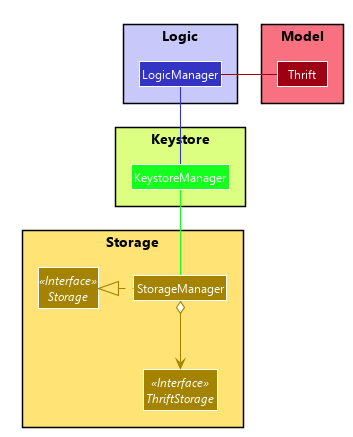
Above: docs/images/encryption/EncryptionClassDiagram.png in AY1920S1-CS2103T-W12-2/main (PlantUML), before the change.
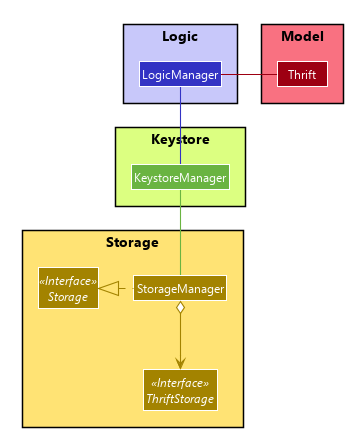
Later version of the same file.

The edit, as a diff of the source:
```diff
@@ -68,13 +68,13 @@
 }
 
 package Keystore #DCFF81 {
-    Class KeystoreManager #14FF1E
+    Class KeystoreManager #6AB441
 }
 
 StorageManager .left.|> Storage
 StorageManager o--> ThriftStorage
 LogicManager -[#3333C4]- KeystoreManager
-KeystoreManager -[#14FF1E]- StorageManager
+KeystoreManager -[#6AB441]- StorageManager
 Thrift -left[#9D0012]- LogicManager
 
 @enduml
```
